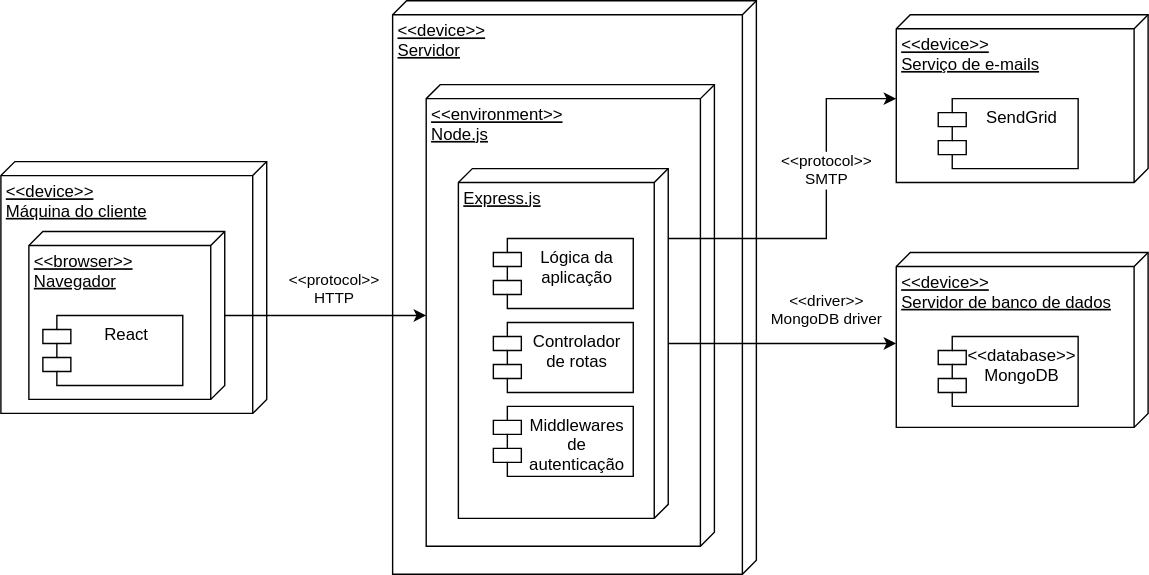
Before: docs/diagrams/component_diagrams/components.drawio.svg, a diagram exported from draw.io (darnley/taskle_node-api). Source tidied: cells renumbered, new cells last; positions are measured from the earlier drawing's top-left corner, leaving out a move shared by most shapes.
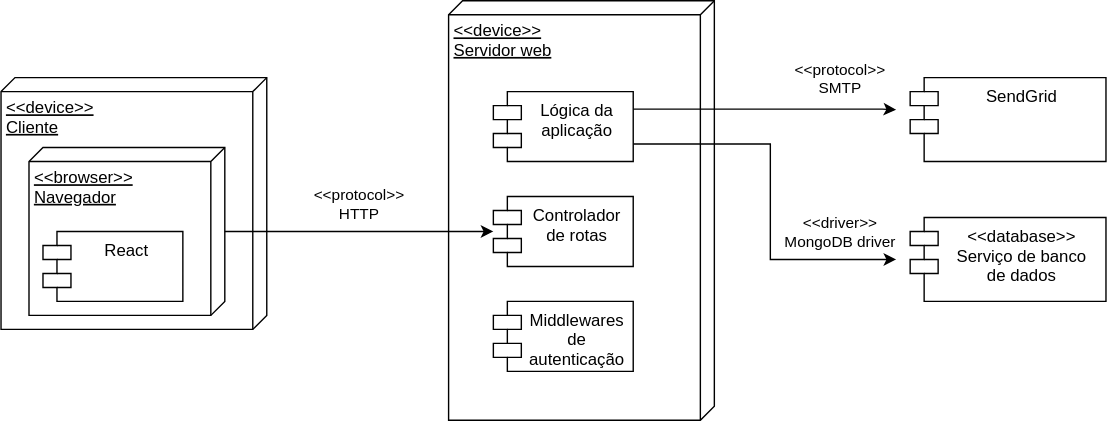
The same diagram one commit later.

Commit message:
Simplifica o diagrama de componentes

Diff of the diagram source:
```diff
@@ -2,7 +2,7 @@
   <root>
     <mxCell id="0" />
     <mxCell id="1" parent="0" />
-    <mxCell id="2" value="&lt;&lt;device&gt;&gt;&#10;Máquina do cliente" style="verticalAlign=top;align=left;spacingTop=8;spacingLeft=2;spacingRight=12;shape=cube;size=10;direction=south;fontStyle=4;" parent="1" vertex="1">
+    <mxCell id="2" value="&lt;&lt;device&gt;&gt;&#10;Cliente" style="verticalAlign=top;align=left;spacingTop=8;spacingLeft=2;spacingRight=12;shape=cube;size=10;direction=south;fontStyle=4;" parent="1" vertex="1">
       <mxGeometry y="115" width="190" height="180" as="geometry" />
     </mxCell>
     <mxCell id="3" value="&lt;&lt;browser&gt;&gt;&#10;Navegador" style="verticalAlign=top;align=left;spacingTop=8;spacingLeft=2;spacingRight=12;shape=cube;size=10;direction=south;fontStyle=4;" parent="1" vertex="1">
@@ -11,46 +11,47 @@
     <mxCell id="4" value="React" style="shape=module;align=left;spacingLeft=20;align=center;verticalAlign=top;" parent="1" vertex="1">
       <mxGeometry x="30" y="225" width="100" height="50" as="geometry" />
     </mxCell>
-    <mxCell id="5" value="&lt;&lt;device&gt;&gt;&#10;Servidor" style="verticalAlign=top;align=left;spacingTop=8;spacingLeft=2;spacingRight=12;shape=cube;size=10;direction=south;fontStyle=4;" parent="1" vertex="1">
-      <mxGeometry x="280" width="260" height="410" as="geometry" />
+    <mxCell id="5" value="&lt;&lt;device&gt;&gt;&#10;Servidor web" style="verticalAlign=top;align=left;spacingTop=8;spacingLeft=2;spacingRight=12;shape=cube;size=10;direction=south;fontStyle=4;" parent="1" vertex="1">
+      <mxGeometry x="320" y="60" width="190" height="300" as="geometry" />
     </mxCell>
-    <mxCell id="6" value="&lt;&lt;environment&gt;&gt;&#10;Node.js" style="verticalAlign=top;align=left;spacingTop=8;spacingLeft=2;spacingRight=12;shape=cube;size=10;direction=south;fontStyle=4;" parent="1" vertex="1">
-      <mxGeometry x="304" y="60" width="206" height="330" as="geometry" />
-    </mxCell>
-    <mxCell id="7" style="edgeStyle=orthogonalEdgeStyle;rounded=0;jettySize=auto;entryX=0;entryY=0;entryDx=65;entryDy=180;entryPerimeter=0;" parent="1" edge="1" source="11" target="17">
-      <mxGeometry relative="1" as="geometry" />
+    <mxCell id="7" style="edgeStyle=orthogonalEdgeStyle;rounded=0;jettySize=auto;exitX=1;exitY=0.75;exitDx=0;exitDy=0;" parent="1" edge="1" source="12">
+      <mxGeometry relative="1" as="geometry">
+        <mxPoint x="640" y="245" as="targetPoint" />
+        <Array as="points">
+          <mxPoint x="550" y="162" />
+          <mxPoint x="550" y="245" />
+        </Array>
+      </mxGeometry>
     </mxCell>
     <mxCell id="8" value="&lt;&lt;driver&gt;&gt;&#10;MongoDB driver" style="edgeLabel;align=center;verticalAlign=middle;" parent="7" vertex="1">
       <mxGeometry x="0.19" y="1" relative="1" as="geometry">
-        <mxPoint x="16" y="-24" as="offset" />
+        <mxPoint x="49" y="-0.6" as="offset" />
       </mxGeometry>
     </mxCell>
-    <mxCell id="9" style="edgeStyle=orthogonalEdgeStyle;rounded=0;jettySize=auto;" parent="1" edge="1" source="11" target="19">
+    <mxCell id="9" style="edgeStyle=orthogonalEdgeStyle;rounded=0;jettySize=auto;exitX=1;exitY=0.25;exitDx=0;exitDy=0;" parent="1" edge="1" source="12">
       <mxGeometry relative="1" as="geometry">
+        <mxPoint x="640" y="138" as="targetPoint" />
         <Array as="points">
-          <mxPoint x="590" y="170" />
-          <mxPoint x="590" y="70" />
+          <mxPoint x="630" y="138" />
+          <mxPoint x="640" y="138" />
         </Array>
       </mxGeometry>
     </mxCell>
     <mxCell id="10" value="&lt;&lt;protocol&gt;&gt;&#10;SMTP" style="edgeLabel;align=center;verticalAlign=middle;" parent="9" vertex="1">
       <mxGeometry x="-0.17" y="38" relative="1" as="geometry">
-        <mxPoint x="3" y="-12" as="offset" />
+        <mxPoint x="69.7" y="15.5" as="offset" />
       </mxGeometry>
     </mxCell>
-    <mxCell id="11" value="Express.js" style="verticalAlign=top;align=left;spacingTop=8;spacingLeft=2;spacingRight=12;shape=cube;size=10;direction=south;fontStyle=4;" parent="1" vertex="1">
-      <mxGeometry x="327" y="120" width="150" height="250" as="geometry" />
-    </mxCell>
     <mxCell id="12" value="Lógica da&#10;aplicação" style="shape=module;align=left;spacingLeft=20;align=center;verticalAlign=top;" parent="1" vertex="1">
-      <mxGeometry x="352" y="170" width="100" height="50" as="geometry" />
+      <mxGeometry x="352" y="125" width="100" height="50" as="geometry" />
     </mxCell>
     <mxCell id="13" value="Controlador&#10;de rotas" style="shape=module;align=left;spacingLeft=20;align=center;verticalAlign=top;" parent="1" vertex="1">
-      <mxGeometry x="352" y="230" width="100" height="50" as="geometry" />
+      <mxGeometry x="352" y="200" width="100" height="50" as="geometry" />
     </mxCell>
     <mxCell id="14" value="Middlewares&#10;de&#10;autenticação" style="shape=module;align=left;spacingLeft=20;align=center;verticalAlign=top;" parent="1" vertex="1">
-      <mxGeometry x="352" y="290" width="100" height="50" as="geometry" />
+      <mxGeometry x="352" y="275" width="100" height="50" as="geometry" />
     </mxCell>
-    <mxCell id="15" style="edgeStyle=orthogonalEdgeStyle;rounded=0;jettySize=auto;" parent="1" edge="1" source="3" target="6">
+    <mxCell id="15" style="edgeStyle=orthogonalEdgeStyle;rounded=0;jettySize=auto;" parent="1" edge="1" source="3" target="13">
       <mxGeometry relative="1" as="geometry" />
     </mxCell>
     <mxCell id="16" value="&lt;&lt;protocol&gt;&gt;&#10;HTTP" style="edgeLabel;align=center;verticalAlign=middle;" parent="15" vertex="1">
@@ -58,17 +59,11 @@
         <mxPoint x="24.1" y="-37" as="offset" />
       </mxGeometry>
     </mxCell>
-    <mxCell id="17" value="&lt;&lt;device&gt;&gt;&#10;Servidor de banco de dados" style="verticalAlign=top;align=left;spacingTop=8;spacingLeft=2;spacingRight=12;shape=cube;size=10;direction=south;fontStyle=4;" parent="1" vertex="1">
-      <mxGeometry x="640" y="180" width="180" height="125" as="geometry" />
-    </mxCell>
-    <mxCell id="18" value="&lt;&lt;database&gt;&gt;&#10;MongoDB" style="shape=module;align=left;spacingLeft=20;align=center;verticalAlign=top;" parent="1" vertex="1">
-      <mxGeometry x="670" y="240" width="100" height="50" as="geometry" />
+    <mxCell id="18" value="&lt;&lt;database&gt;&gt;&#10;Serviço de banco&#10;de dados" style="shape=module;align=left;spacingLeft=20;align=center;verticalAlign=top;" parent="1" vertex="1">
+      <mxGeometry x="650" y="215" width="140" height="60" as="geometry" />
     </mxCell>
-    <mxCell id="19" value="&lt;&lt;device&gt;&gt;&#10;Serviço de e-mails" style="verticalAlign=top;align=left;spacingTop=8;spacingLeft=2;spacingRight=12;shape=cube;size=10;direction=south;fontStyle=4;" parent="1" vertex="1">
-      <mxGeometry x="640" y="10" width="180" height="120" as="geometry" />
-    </mxCell>
     <mxCell id="20" value="SendGrid" style="shape=module;align=left;spacingLeft=20;align=center;verticalAlign=top;" parent="1" vertex="1">
-      <mxGeometry x="670" y="70" width="100" height="50" as="geometry" />
+      <mxGeometry x="650" y="115" width="140" height="60" as="geometry" />
     </mxCell>
   </root>
 </mxGraphModel>
```
